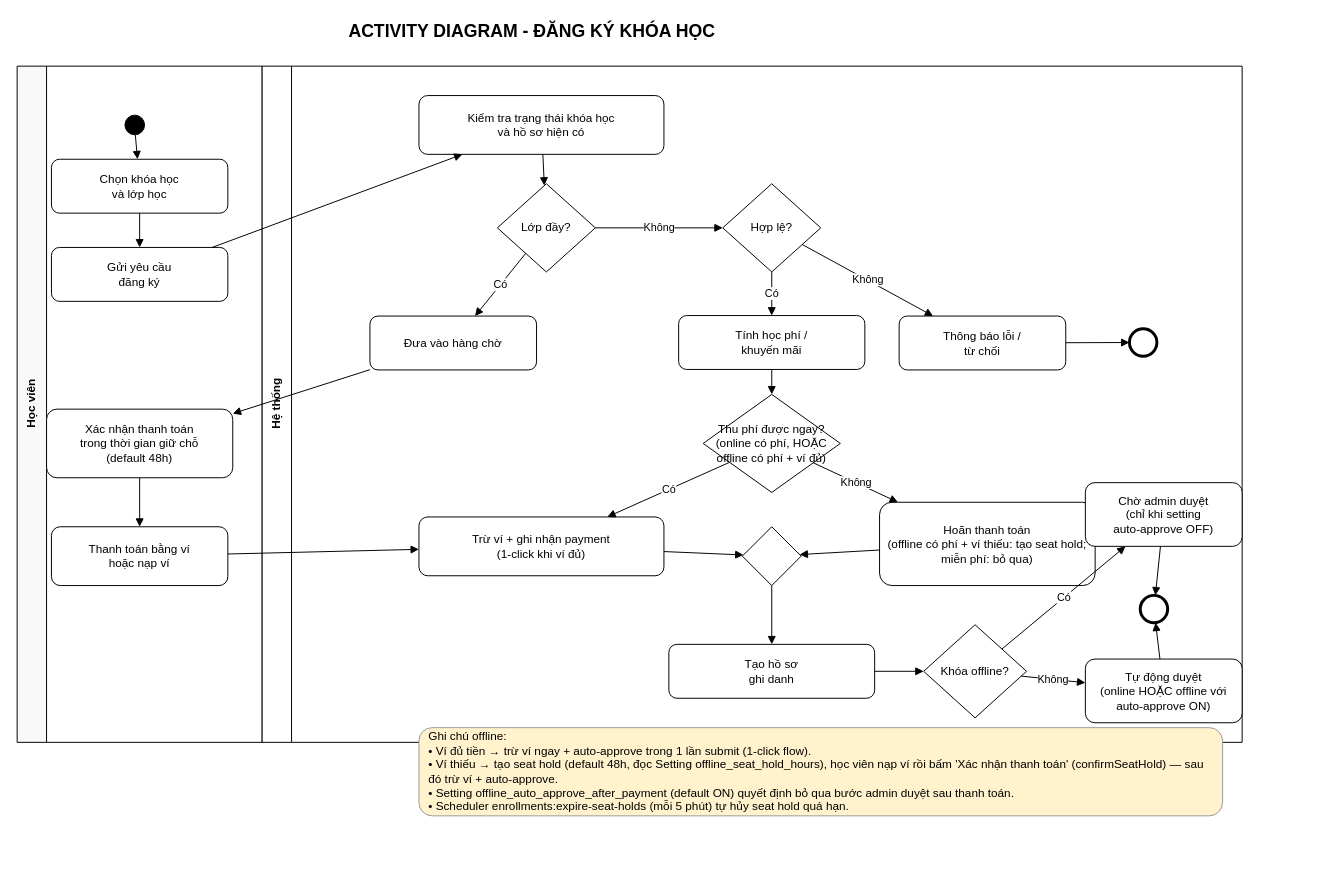
Before: docs/uml/pages/02_activity-enrollment.drawio in DangThanh2204/CongDangKy_KhaiTriEdu_Laravel-, a draw.io diagram. Source tidied: cells renumbered, new cells numbered last; positions are measured from the earlier drawing's top-left corner, leaving out a move shared by most shapes. Both pictures are drawn from the tidied source at 98%, with x=0, y=0 at pixel (17, 17).
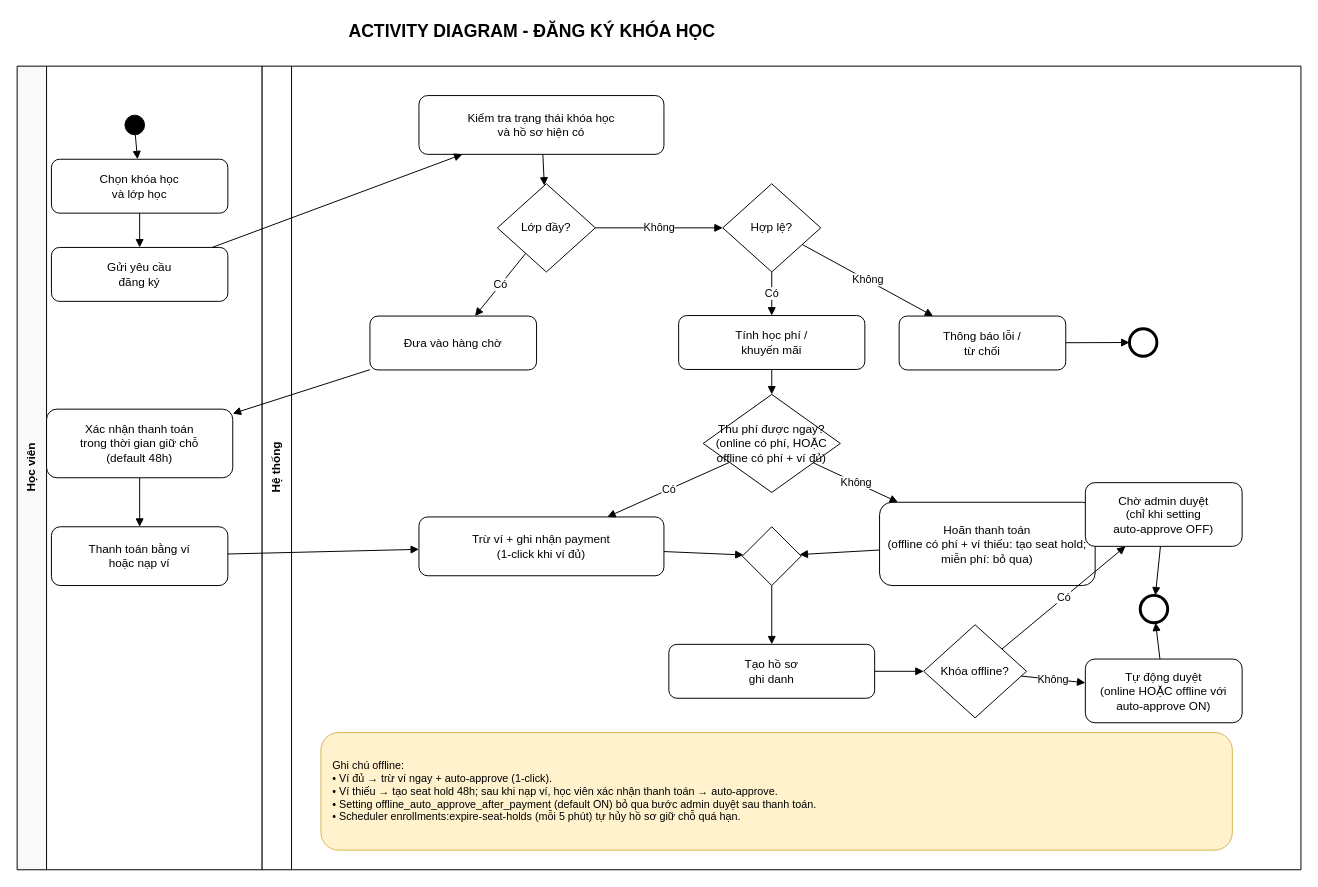
The same diagram, later.

Commit message (it also covers changes not shown here):
docs(uml): polish 02 + 11 cho gọn, sạch để export Word

The edit, as a diff of the source:
```diff
@@
     <mxCell id="3" value="Học viên" style="swimlane;html=1;startSize=30;horizontal=0;fillColor=#f8f9fa;strokeColor=#000000;fontStyle=1;" parent="1" vertex="1">
-      <mxGeometry y="50" width="250" height="690" as="geometry" />
+      <mxGeometry y="50" width="250" height="820" as="geometry" />
     </mxCell>
     <mxCell id="4" value="Hệ thống" style="swimlane;html=1;startSize=30;horizontal=0;fillColor=#ffffff;strokeColor=#000000;fontStyle=1;" parent="1" vertex="1">
-      <mxGeometry x="250" y="50" width="1000" height="690" as="geometry" />
+      <mxGeometry x="250" y="50" width="1060" height="820" as="geometry" />
     </mxCell>
@@
-    <mxCell id="36" value="Ghi chú offline:&#10;• Ví đủ tiền → trừ ví ngay + auto-approve trong 1 lần submit (1-click flow).&#10;• Ví thiếu → tạo seat hold (default 48h, đọc Setting offline_seat_hold_hours), học viên nạp ví rồi bấm 'Xác nhận thanh toán' (confirmSeatHold) — sau đó trừ ví + auto-approve.&#10;• Setting offline_auto_approve_after_payment (default ON) quyết định bỏ qua bước admin duyệt sau thanh toán.&#10;• Scheduler enrollments:expire-seat-holds (mỗi 5 phút) tự hủy seat hold quá hạn." style="text;html=1;strokeColor=#999999;fillColor=#fff2cc;align=left;verticalAlign=middle;whiteSpace=wrap;rounded=1;spacingLeft=8;spacingRight=8;" parent="4" vertex="1">
-      <mxGeometry x="160" y="675" width="820" height="90" as="geometry" />
+    <mxCell id="36" value="Ghi chú offline:&#10;• Ví đủ → trừ ví ngay + auto-approve (1-click).&#10;• Ví thiếu → tạo seat hold 48h; sau khi nạp ví, học viên xác nhận thanh toán → auto-approve.&#10;• Setting offline_auto_approve_after_payment (default ON) bỏ qua bước admin duyệt sau thanh toán.&#10;• Scheduler enrollments:expire-seat-holds (mỗi 5 phút) tự hủy hồ sơ giữ chỗ quá hạn." style="text;html=1;strokeColor=#d6b656;fillColor=#fff2cc;align=left;verticalAlign=middle;whiteSpace=wrap;rounded=1;spacingLeft=10;spacingRight=10;spacingTop=6;spacingBottom=6;fontSize=11;" parent="4" vertex="1">
+      <mxGeometry x="60" y="680" width="930" height="120" as="geometry" />
     </mxCell>
```
